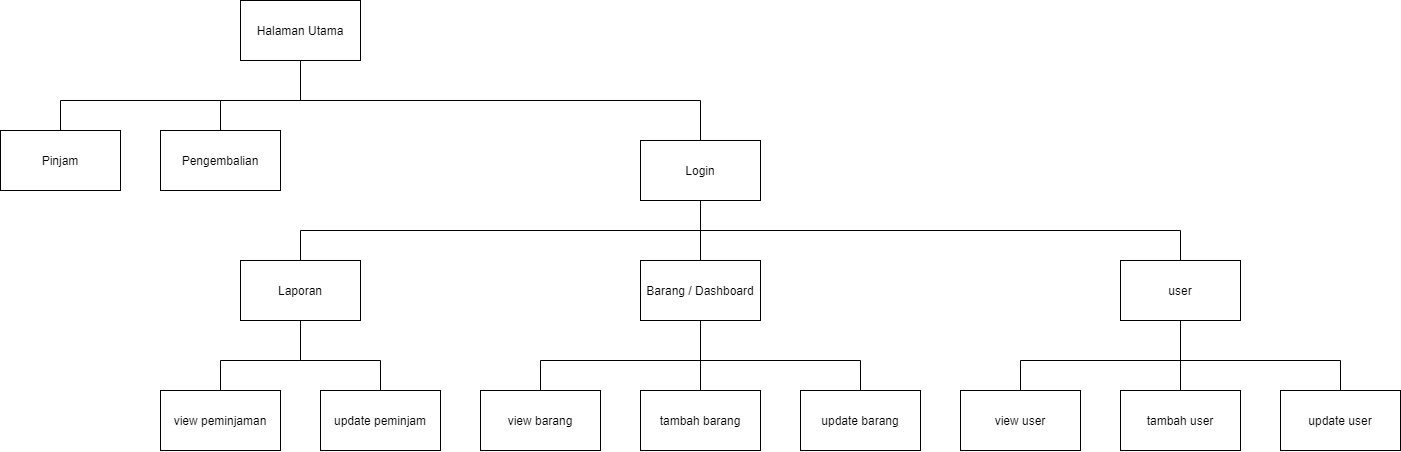
ZarelLast/Tugas_MDPL_Praktik keeps this draw.io diagram as Rancangan Arsitektur - revisi/rancangan arsitektur inventory kampus.drawio.png. Above is the earlier version. Source tidied: cells renumbered, new cells last; positions are measured from the earlier drawing's top-left corner, leaving out a move shared by most shapes.
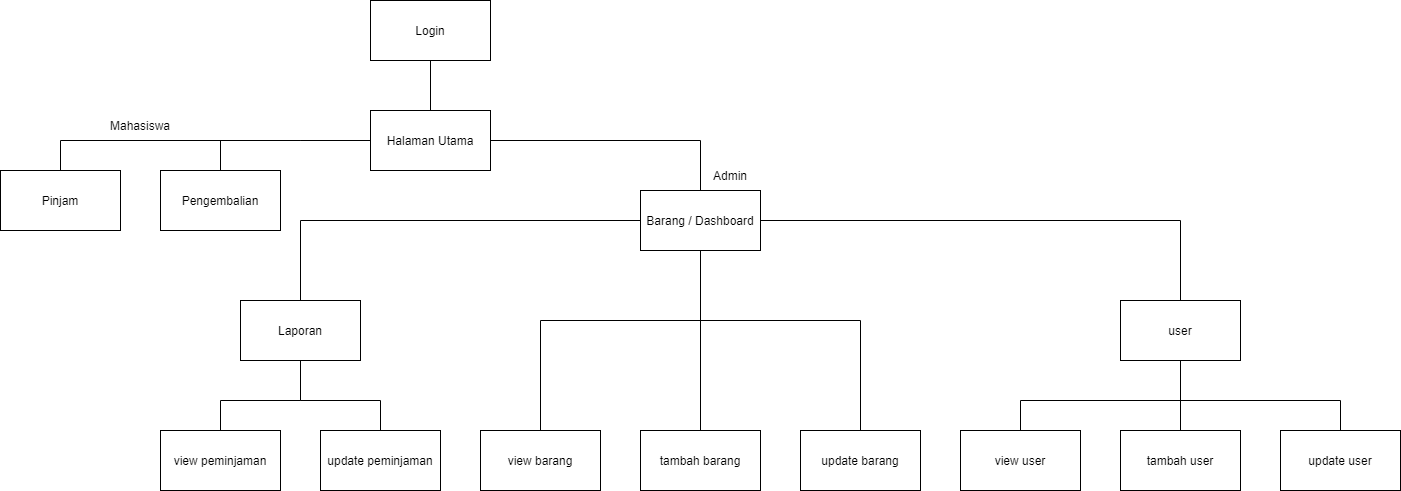
After the commit.

Commit message:
update diagram class

The edit, as a diff of the source:
```diff
@@ -2,18 +2,16 @@
   <root>
     <mxCell id="0" />
     <mxCell id="1" parent="0" />
-    <mxCell id="2" style="edgeStyle=orthogonalEdgeStyle;rounded=0;jettySize=auto;html=1;entryX=0.5;entryY=0;entryDx=0;entryDy=0;labelBackgroundColor=default;fontColor=default;strokeColor=default;endArrow=none;endFill=0;exitX=0.5;exitY=1;exitDx=0;exitDy=0;" parent="1" edge="1" source="5" target="8">
-      <mxGeometry relative="1" as="geometry" />
+    <mxCell id="2" style="edgeStyle=orthogonalEdgeStyle;rounded=0;jettySize=auto;html=1;entryX=0.5;entryY=0;entryDx=0;entryDy=0;labelBackgroundColor=default;fontColor=default;strokeColor=default;endArrow=none;endFill=0;exitX=0;exitY=0.5;exitDx=0;exitDy=0;" parent="1" edge="1" target="8">
+      <mxGeometry relative="1" as="geometry">
+        <mxPoint x="640" y="180" as="sourcePoint" />
+      </mxGeometry>
     </mxCell>
-    <mxCell id="3" style="edgeStyle=orthogonalEdgeStyle;rounded=0;jettySize=auto;html=1;entryX=0.5;entryY=0;entryDx=0;entryDy=0;labelBackgroundColor=default;fontColor=default;endArrow=none;endFill=0;strokeColor=default;" parent="1" edge="1" source="5" target="14">
-      <mxGeometry relative="1" as="geometry" />
-    </mxCell>
-    <mxCell id="4" style="edgeStyle=orthogonalEdgeStyle;rounded=0;jettySize=auto;html=1;exitX=0.5;exitY=1;exitDx=0;exitDy=0;labelBackgroundColor=default;fontColor=default;endArrow=none;endFill=0;strokeColor=default;" parent="1" edge="1" source="5" target="21">
-      <mxGeometry relative="1" as="geometry" />
+    <mxCell id="4" style="edgeStyle=orthogonalEdgeStyle;rounded=0;jettySize=auto;html=1;exitX=1;exitY=0.5;exitDx=0;exitDy=0;labelBackgroundColor=default;fontColor=default;endArrow=none;endFill=0;strokeColor=default;" parent="1" edge="1" target="21">
+      <mxGeometry relative="1" as="geometry">
+        <mxPoint x="760" y="180" as="sourcePoint" />
+      </mxGeometry>
     </mxCell>
-    <mxCell id="5" value="Login" style="rounded=0;whiteSpace=wrap;html=1;fillColor=default;strokeColor=default;fontColor=default;" parent="1" vertex="1">
-      <mxGeometry x="640" y="140" width="120" height="60" as="geometry" />
-    </mxCell>
     <mxCell id="6" style="edgeStyle=orthogonalEdgeStyle;rounded=0;jettySize=auto;html=1;entryX=0.5;entryY=0;entryDx=0;entryDy=0;endArrow=none;endFill=0;strokeColor=default;labelBackgroundColor=default;fontColor=default;" parent="1" edge="1" source="8" target="9">
       <mxGeometry relative="1" as="geometry">
         <Array as="points">
@@ -36,14 +34,14 @@
     <mxCell id="9" value="view peminjaman" style="rounded=0;whiteSpace=wrap;html=1;fillColor=default;strokeColor=default;fontColor=default;labelBackgroundColor=default;" parent="1" vertex="1">
       <mxGeometry x="160" y="390" width="120" height="60" as="geometry" />
     </mxCell>
-    <mxCell id="10" value="update peminjam" style="rounded=0;whiteSpace=wrap;html=1;fillColor=default;strokeColor=default;fontColor=default;" parent="1" vertex="1">
+    <mxCell id="10" value="update peminjaman" style="rounded=0;whiteSpace=wrap;html=1;fillColor=default;strokeColor=default;fontColor=default;" parent="1" vertex="1">
       <mxGeometry x="320" y="390" width="120" height="60" as="geometry" />
     </mxCell>
     <mxCell id="11" style="edgeStyle=orthogonalEdgeStyle;rounded=0;jettySize=auto;html=1;endArrow=none;endFill=0;" parent="1" edge="1" source="14" target="15">
       <mxGeometry relative="1" as="geometry">
         <Array as="points">
-          <mxPoint x="700" y="360" />
-          <mxPoint x="540" y="360" />
+          <mxPoint x="700" y="280" />
+          <mxPoint x="540" y="280" />
         </Array>
       </mxGeometry>
     </mxCell>
@@ -53,13 +51,13 @@
     <mxCell id="13" style="edgeStyle=orthogonalEdgeStyle;rounded=0;jettySize=auto;html=1;entryX=0.5;entryY=0;entryDx=0;entryDy=0;endArrow=none;endFill=0;" parent="1" edge="1" source="14" target="17">
       <mxGeometry relative="1" as="geometry">
         <Array as="points">
-          <mxPoint x="700" y="360" />
-          <mxPoint x="860" y="360" />
+          <mxPoint x="700" y="280" />
+          <mxPoint x="860" y="280" />
         </Array>
       </mxGeometry>
     </mxCell>
     <mxCell id="14" value="Barang / Dashboard" style="rounded=0;whiteSpace=wrap;html=1;" parent="1" vertex="1">
-      <mxGeometry x="640" y="260" width="120" height="60" as="geometry" />
+      <mxGeometry x="640" y="150" width="120" height="60" as="geometry" />
     </mxCell>
     <mxCell id="15" value="view barang" style="rounded=0;whiteSpace=wrap;html=1;" parent="1" vertex="1">
       <mxGeometry x="480" y="390" width="120" height="60" as="geometry" />
@@ -101,10 +99,10 @@
     <mxCell id="24" value="update user" style="rounded=0;whiteSpace=wrap;html=1;strokeColor=default;labelBackgroundColor=default;fontColor=default;" parent="1" vertex="1">
       <mxGeometry x="1280" y="390" width="120" height="60" as="geometry" />
     </mxCell>
-    <mxCell id="25" style="edgeStyle=orthogonalEdgeStyle;rounded=0;jettySize=auto;html=1;entryX=0.5;entryY=0;entryDx=0;entryDy=0;labelBackgroundColor=default;fontColor=default;endArrow=none;endFill=0;strokeColor=default;" parent="1" edge="1" source="28" target="5">
+    <mxCell id="25" style="edgeStyle=orthogonalEdgeStyle;rounded=0;jettySize=auto;html=1;entryX=0.5;entryY=0;entryDx=0;entryDy=0;labelBackgroundColor=default;fontColor=default;endArrow=none;endFill=0;strokeColor=default;" parent="1" edge="1" source="28">
       <mxGeometry relative="1" as="geometry">
+        <mxPoint x="700" y="150" as="targetPoint" />
         <Array as="points">
-          <mxPoint x="300" y="100" />
           <mxPoint x="700" y="100" />
         </Array>
       </mxGeometry>
@@ -126,7 +124,7 @@
       </mxGeometry>
     </mxCell>
     <mxCell id="28" value="Halaman Utama" style="rounded=0;whiteSpace=wrap;html=1;labelBackgroundColor=default;fontColor=default;strokeColor=default;fillColor=default;" parent="1" vertex="1">
-      <mxGeometry x="240" width="120" height="60" as="geometry" />
+      <mxGeometry x="370" y="70" width="120" height="60" as="geometry" />
     </mxCell>
     <mxCell id="29" value="Pinjam" style="rounded=0;whiteSpace=wrap;html=1;labelBackgroundColor=default;fontColor=default;strokeColor=default;fillColor=default;" parent="1" vertex="1">
       <mxGeometry y="130" width="120" height="60" as="geometry" />
@@ -134,5 +132,17 @@
     <mxCell id="30" value="Pengembalian" style="rounded=0;whiteSpace=wrap;html=1;labelBackgroundColor=default;fontColor=default;strokeColor=default;fillColor=default;" parent="1" vertex="1">
       <mxGeometry x="160" y="130" width="120" height="60" as="geometry" />
     </mxCell>
+    <mxCell id="31" style="edgeStyle=orthogonalEdgeStyle;rounded=0;jettySize=auto;html=1;entryX=0.5;entryY=0;entryDx=0;entryDy=0;endArrow=none;endFill=0;" parent="1" edge="1" source="5" target="28">
+      <mxGeometry relative="1" as="geometry" />
+    </mxCell>
+    <mxCell id="5" value="Login" style="rounded=0;whiteSpace=wrap;html=1;fillColor=default;strokeColor=default;fontColor=default;" parent="1" vertex="1">
+      <mxGeometry x="370" y="-40" width="120" height="60" as="geometry" />
+    </mxCell>
+    <mxCell id="32" value="Admin" style="text;html=1;strokeColor=none;fillColor=none;align=center;verticalAlign=middle;whiteSpace=wrap;rounded=0;" parent="1" vertex="1">
+      <mxGeometry x="700" y="120" width="60" height="30" as="geometry" />
+    </mxCell>
+    <mxCell id="33" value="Mahasiswa" style="text;html=1;strokeColor=none;fillColor=none;align=center;verticalAlign=middle;whiteSpace=wrap;rounded=0;" parent="1" vertex="1">
+      <mxGeometry x="110" y="70" width="60" height="30" as="geometry" />
+    </mxCell>
   </root>
 </mxGraphModel>
```
